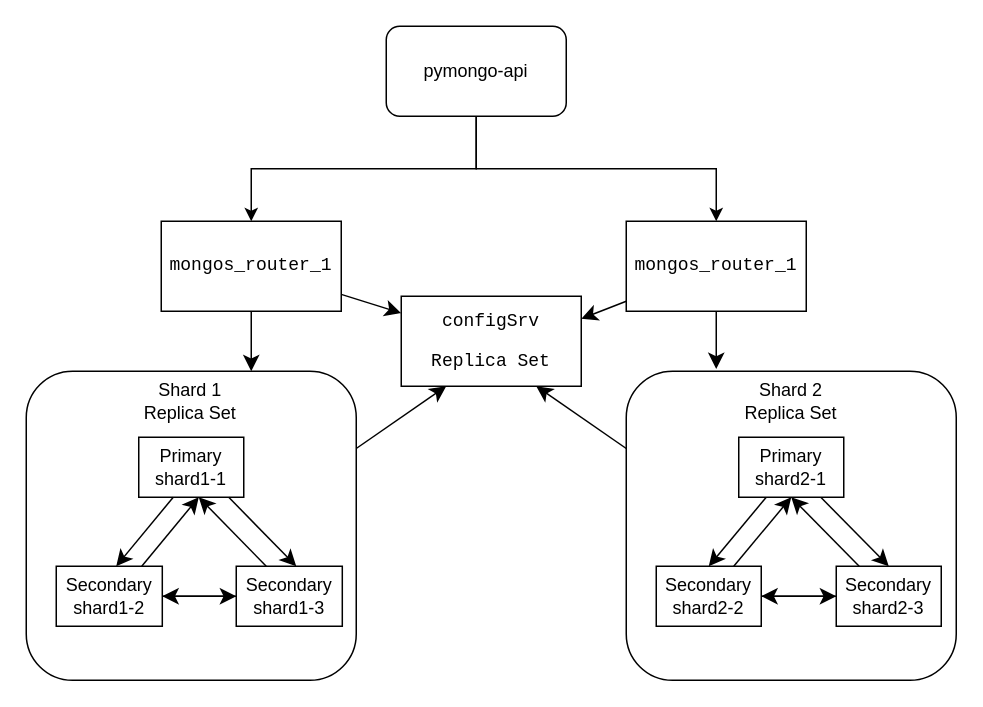
Before: docs/task1/second_option.drawio in ayakhont/architecture-black_friday, a draw.io diagram. Source tidied: cells renumbered, new cells numbered last; positions are measured from the earlier drawing's top-left corner, leaving out a move shared by most shapes. Both pictures are drawn from the tidied source at 150%, with x=0, y=0 at pixel (26, 26).
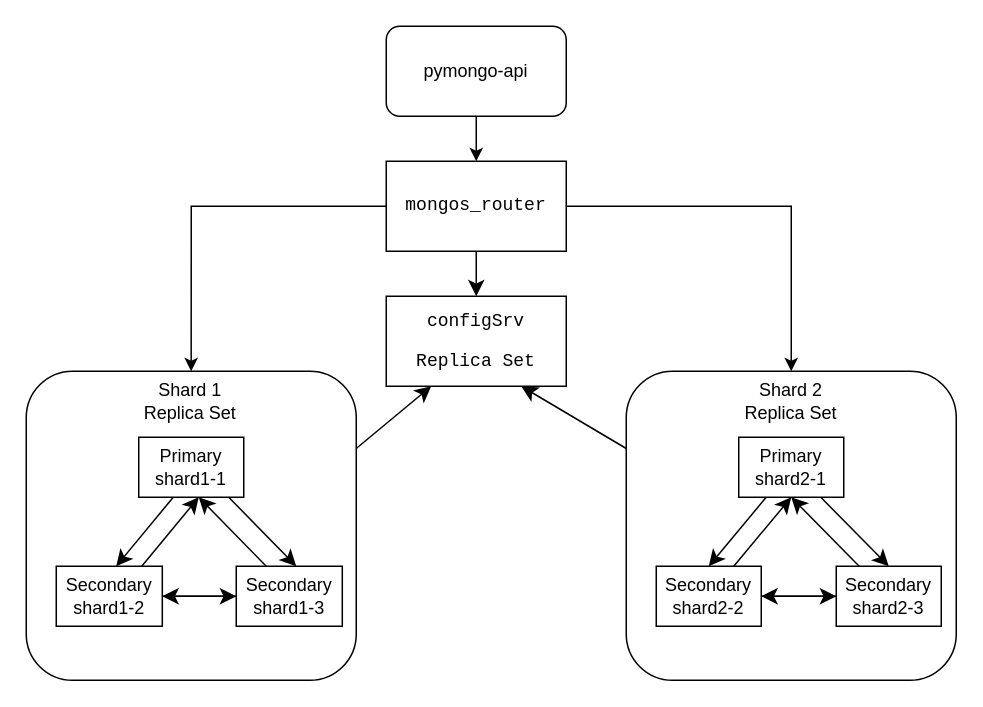
After the change.

The change refers to these unchanged cells:
```xml
<mxCell id="3" value="pymongo-api" style="rounded=1;whiteSpace=wrap;html=1;" parent="1" vertex="1">
  <mxGeometry x="240" width="120" height="60" as="geometry" />
</mxCell>
<mxCell id="20" value="&lt;div&gt;Shard 1&lt;/div&gt;&lt;div&gt;Replica Set&lt;/div&gt;" style="text;html=1;whiteSpace=wrap;strokeColor=none;fillColor=none;align=center;verticalAlign=middle;rounded=0;" parent="14" vertex="1">
  <mxGeometry x="29.3" width="161.3" height="40" as="geometry" />
</mxCell>
<mxCell id="38" value="&lt;div&gt;Shard 2&lt;/div&gt;&lt;div&gt;Replica Set&lt;/div&gt;" style="text;html=1;whiteSpace=wrap;strokeColor=none;fillColor=none;align=center;verticalAlign=middle;rounded=0;" parent="27" vertex="1">
  <mxGeometry x="55" width="110" height="40" as="geometry" />
</mxCell>
```

The edit, as a diff of the source:
```diff
@@
+    <mxCell id="39" style="edgeStyle=orthogonalEdgeStyle;rounded=0;jettySize=auto;html=1;entryX=0.5;entryY=0;entryDx=0;entryDy=0;" parent="1" edge="1" source="6" target="38">
+      <mxGeometry relative="1" as="geometry" />
+    </mxCell>
+    <mxCell id="40" style="edgeStyle=orthogonalEdgeStyle;rounded=0;jettySize=auto;html=1;entryX=0.5;entryY=0;entryDx=0;entryDy=0;" parent="1" edge="1" source="6" target="20">
+      <mxGeometry relative="1" as="geometry" />
+    </mxCell>
-    <mxCell id="6" value="&lt;pre class=&quot;code-block__code-wrapper&quot;&gt;&lt;code class=&quot;code-block__code bash&quot;&gt;mongos_router_1&lt;/code&gt;&lt;/pre&gt;" style="rounded=0;whiteSpace=wrap;html=1;" parent="1" vertex="1">
-      <mxGeometry x="90" y="130" width="120" height="60" as="geometry" />
+    <mxCell id="6" value="&lt;pre class=&quot;code-block__code-wrapper&quot;&gt;&lt;code class=&quot;code-block__code bash&quot;&gt;mongos_router&lt;/code&gt;&lt;/pre&gt;" style="rounded=0;whiteSpace=wrap;html=1;" parent="1" vertex="1">
+      <mxGeometry x="240" y="90" width="120" height="60" as="geometry" />
     </mxCell>
-    <mxCell id="7" style="edgeStyle=none;curved=1;rounded=0;jettySize=auto;html=1;fontSize=12;startSize=8;endSize=8;entryX=1;entryY=0.25;entryDx=0;entryDy=0;" parent="1" edge="1" source="8" target="10">
-      <mxGeometry relative="1" as="geometry" />
-    </mxCell>
-    <mxCell id="8" value="&lt;pre class=&quot;code-block__code-wrapper&quot;&gt;&lt;code class=&quot;code-block__code bash&quot;&gt;mongos_router_1&lt;/code&gt;&lt;/pre&gt;" style="rounded=0;whiteSpace=wrap;html=1;" parent="1" vertex="1">
-      <mxGeometry x="400" y="130" width="120" height="60" as="geometry" />
-    </mxCell>
-    <mxCell id="9" style="edgeStyle=orthogonalEdgeStyle;rounded=0;jettySize=auto;html=1;exitX=0.5;exitY=1;exitDx=0;exitDy=0;" parent="1" edge="1" source="3" target="8">
-      <mxGeometry relative="1" as="geometry" />
-    </mxCell>
     <mxCell id="10" value="&lt;pre class=&quot;code-block__code-wrapper&quot;&gt;&lt;code class=&quot;code-block__code bash&quot;&gt;configSrv&lt;/code&gt;&lt;/pre&gt;&lt;pre class=&quot;code-block__code-wrapper&quot;&gt;&lt;code class=&quot;code-block__code bash&quot;&gt;Replica Set&lt;/code&gt;&lt;/pre&gt;" style="rounded=0;whiteSpace=wrap;html=1;" parent="1" vertex="1">
-      <mxGeometry x="250" y="180" width="120" height="60" as="geometry" />
+      <mxGeometry x="240" y="180" width="120" height="60" as="geometry" />
     </mxCell>
@@
-    <mxCell id="12" style="edgeStyle=none;curved=1;rounded=0;jettySize=auto;html=1;entryX=0.5;entryY=0;entryDx=0;entryDy=0;entryPerimeter=0;fontSize=12;startSize=8;endSize=8;" parent="1" edge="1" source="6">
-      <mxGeometry relative="1" as="geometry">
-        <mxPoint x="150" y="230" as="targetPoint" />
-      </mxGeometry>
-    </mxCell>
-    <mxCell id="13" style="edgeStyle=none;curved=1;rounded=0;jettySize=auto;html=1;entryX=0.5;entryY=0;entryDx=0;entryDy=0;entryPerimeter=0;fontSize=12;startSize=8;endSize=8;" parent="1" edge="1" source="8">
-      <mxGeometry relative="1" as="geometry">
-        <mxPoint x="460" y="228.5" as="targetPoint" />
-      </mxGeometry>
-    </mxCell>
```
